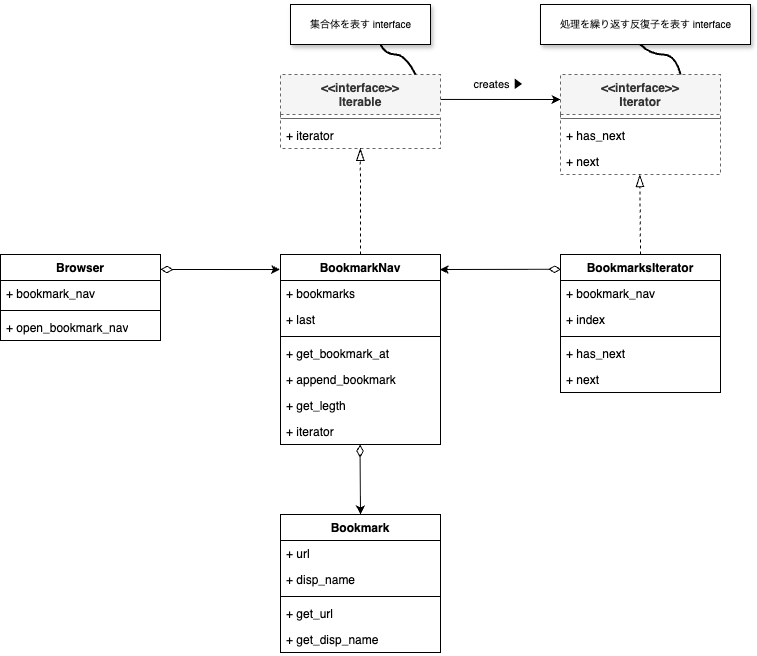
Above: uml/iterator.drawio.png in yamaga-shu/design-pattern-ruby (draw.io), before the change. Source tidied: cells renumbered, new cells last; positions are measured from the earlier drawing's top-left corner, leaving out a move shared by most shapes.
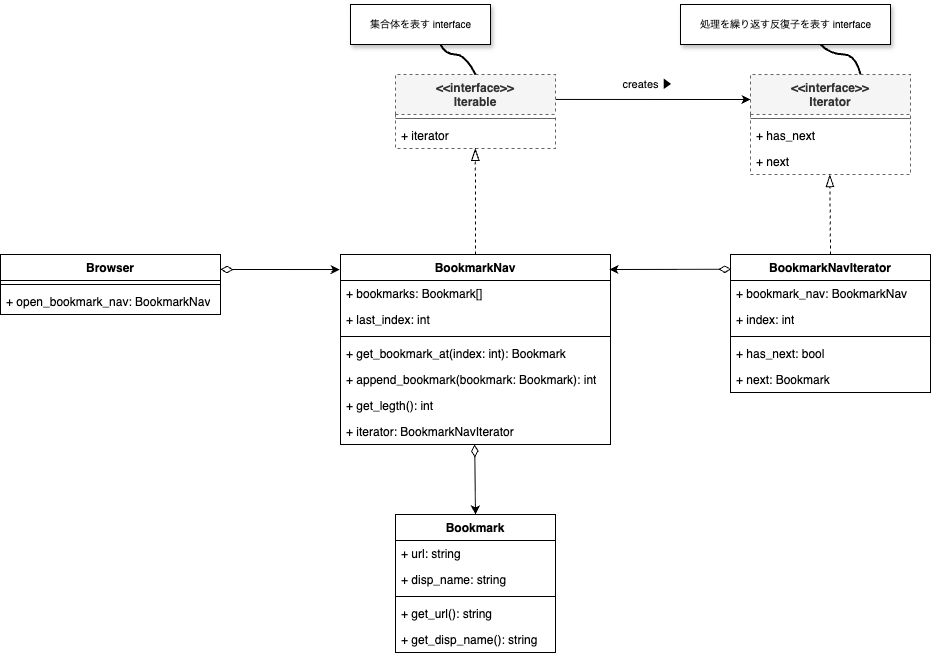
The same file after the commit.

Commit message:
Update bookmark_nav

Diff of the diagram source:
```diff
@@ -3,7 +3,7 @@
     <mxCell id="0" />
     <mxCell id="1" value="UML" parent="0" />
     <mxCell id="2" value="&amp;lt;&amp;lt;interface&amp;gt;&amp;gt;&lt;div&gt;Iterable&lt;/div&gt;" style="swimlane;fontStyle=1;align=center;verticalAlign=top;horizontal=1;startSize=40;whiteSpace=wrap;html=1;fillColor=#f5f5f5;fontColor=#333333;strokeColor=#666666;dashed=1;" parent="1" vertex="1">
-      <mxGeometry x="280" y="70" width="160" height="74" as="geometry" />
+      <mxGeometry x="335" y="70" width="160" height="74" as="geometry" />
     </mxCell>
     <mxCell id="3" style="line;strokeWidth=1;fillColor=none;align=left;verticalAlign=middle;spacingTop=-1;spacingLeft=3;spacingRight=3;labelPosition=right;strokeColor=inherit;" parent="2" vertex="1">
       <mxGeometry y="40" width="160" height="8" as="geometry" />
@@ -12,7 +12,7 @@
       <mxGeometry y="48" width="160" height="26" as="geometry" />
     </mxCell>
     <mxCell id="5" value="&amp;lt;&amp;lt;interface&amp;gt;&amp;gt;&lt;div&gt;Iterator&lt;/div&gt;" style="swimlane;fontStyle=1;align=center;verticalAlign=top;horizontal=1;startSize=40;whiteSpace=wrap;html=1;fillColor=#f5f5f5;fontColor=#333333;strokeColor=#666666;dashed=1;" parent="1" vertex="1">
-      <mxGeometry x="560" y="70" width="160" height="100" as="geometry" />
+      <mxGeometry x="690" y="70" width="160" height="100" as="geometry" />
     </mxCell>
     <mxCell id="6" style="line;strokeWidth=1;fillColor=none;align=left;verticalAlign=middle;spacingTop=-1;spacingLeft=3;spacingRight=3;labelPosition=right;strokeColor=inherit;" parent="5" vertex="1">
       <mxGeometry y="40" width="160" height="8" as="geometry" />
@@ -24,63 +24,63 @@
       <mxGeometry y="74" width="160" height="26" as="geometry" />
     </mxCell>
     <mxCell id="9" value="BookmarkNav" style="swimlane;fontStyle=1;align=center;verticalAlign=top;horizontal=1;startSize=26;whiteSpace=wrap;html=1;" parent="1" vertex="1">
-      <mxGeometry x="280" y="250" width="160" height="190" as="geometry" />
+      <mxGeometry x="280" y="250" width="270" height="190" as="geometry" />
     </mxCell>
-    <mxCell id="10" value="+ bookmarks" style="text;strokeColor=none;fillColor=none;align=left;verticalAlign=top;spacingLeft=4;spacingRight=4;overflow=hidden;whiteSpace=wrap;html=1;" parent="9" vertex="1">
-      <mxGeometry y="26" width="160" height="26" as="geometry" />
+    <mxCell id="10" value="+ bookmarks: Bookmark[]" style="text;strokeColor=none;fillColor=none;align=left;verticalAlign=top;spacingLeft=4;spacingRight=4;overflow=hidden;whiteSpace=wrap;html=1;" parent="9" vertex="1">
+      <mxGeometry y="26" width="270" height="26" as="geometry" />
     </mxCell>
-    <mxCell id="11" value="+ last" style="text;strokeColor=none;fillColor=none;align=left;verticalAlign=top;spacingLeft=4;spacingRight=4;overflow=hidden;whiteSpace=wrap;html=1;" parent="9" vertex="1">
-      <mxGeometry y="52" width="160" height="26" as="geometry" />
+    <mxCell id="11" value="+ last_index: int" style="text;strokeColor=none;fillColor=none;align=left;verticalAlign=top;spacingLeft=4;spacingRight=4;overflow=hidden;whiteSpace=wrap;html=1;" parent="9" vertex="1">
+      <mxGeometry y="52" width="270" height="26" as="geometry" />
     </mxCell>
     <mxCell id="12" style="line;strokeWidth=1;fillColor=none;align=left;verticalAlign=middle;spacingTop=-1;spacingLeft=3;spacingRight=3;labelPosition=right;strokeColor=inherit;" parent="9" vertex="1">
-      <mxGeometry y="78" width="160" height="8" as="geometry" />
+      <mxGeometry y="78" width="270" height="8" as="geometry" />
     </mxCell>
-    <mxCell id="13" value="+ get_bookmark_at" style="text;strokeColor=none;fillColor=none;align=left;verticalAlign=top;spacingLeft=4;spacingRight=4;overflow=hidden;whiteSpace=wrap;html=1;" parent="9" vertex="1">
-      <mxGeometry y="86" width="160" height="26" as="geometry" />
+    <mxCell id="13" value="+ get_bookmark_at(index: int): Bookmark" style="text;strokeColor=none;fillColor=none;align=left;verticalAlign=top;spacingLeft=4;spacingRight=4;overflow=hidden;whiteSpace=wrap;html=1;" parent="9" vertex="1">
+      <mxGeometry y="86" width="270" height="26" as="geometry" />
     </mxCell>
-    <mxCell id="14" value="+ append_bookmark" style="text;strokeColor=none;fillColor=none;align=left;verticalAlign=top;spacingLeft=4;spacingRight=4;overflow=hidden;whiteSpace=wrap;html=1;" parent="9" vertex="1">
-      <mxGeometry y="112" width="160" height="26" as="geometry" />
+    <mxCell id="14" value="+ append_bookmark(bookmark: Bookmark): int" style="text;strokeColor=none;fillColor=none;align=left;verticalAlign=top;spacingLeft=4;spacingRight=4;overflow=hidden;whiteSpace=wrap;html=1;" parent="9" vertex="1">
+      <mxGeometry y="112" width="270" height="26" as="geometry" />
     </mxCell>
-    <mxCell id="15" value="+ get_legth" style="text;strokeColor=none;fillColor=none;align=left;verticalAlign=top;spacingLeft=4;spacingRight=4;overflow=hidden;whiteSpace=wrap;html=1;" parent="9" vertex="1">
-      <mxGeometry y="138" width="160" height="26" as="geometry" />
+    <mxCell id="15" value="+ get_legth(): int" style="text;strokeColor=none;fillColor=none;align=left;verticalAlign=top;spacingLeft=4;spacingRight=4;overflow=hidden;whiteSpace=wrap;html=1;" parent="9" vertex="1">
+      <mxGeometry y="138" width="270" height="26" as="geometry" />
     </mxCell>
-    <mxCell id="16" value="+ iterator" style="text;strokeColor=none;fillColor=none;align=left;verticalAlign=top;spacingLeft=4;spacingRight=4;overflow=hidden;points=[[0,0.5],[1,0.5]];portConstraint=eastwest;whiteSpace=wrap;html=1;" parent="9" vertex="1">
-      <mxGeometry y="164" width="160" height="26" as="geometry" />
+    <mxCell id="16" value="+ iterator: BookmarkNavIterator" style="text;strokeColor=none;fillColor=none;align=left;verticalAlign=top;spacingLeft=4;spacingRight=4;overflow=hidden;points=[[0,0.5],[1,0.5]];portConstraint=eastwest;whiteSpace=wrap;html=1;" parent="9" vertex="1">
+      <mxGeometry y="164" width="270" height="26" as="geometry" />
     </mxCell>
-    <mxCell id="17" value="BookmarksIterator" style="swimlane;fontStyle=1;align=center;verticalAlign=top;horizontal=1;startSize=26;whiteSpace=wrap;html=1;" parent="1" vertex="1">
-      <mxGeometry x="560" y="250" width="160" height="138" as="geometry" />
+    <mxCell id="17" value="BookmarkNavIterator" style="swimlane;fontStyle=1;align=center;verticalAlign=top;horizontal=1;startSize=26;whiteSpace=wrap;html=1;" parent="1" vertex="1">
+      <mxGeometry x="670" y="250" width="200" height="138" as="geometry" />
     </mxCell>
-    <mxCell id="18" value="+ bookmark_nav" style="text;strokeColor=none;fillColor=none;align=left;verticalAlign=top;spacingLeft=4;spacingRight=4;overflow=hidden;whiteSpace=wrap;html=1;" parent="17" vertex="1">
-      <mxGeometry y="26" width="160" height="26" as="geometry" />
+    <mxCell id="18" value="+ bookmark_nav: BookmarkNav" style="text;strokeColor=none;fillColor=none;align=left;verticalAlign=top;spacingLeft=4;spacingRight=4;overflow=hidden;whiteSpace=wrap;html=1;" parent="17" vertex="1">
+      <mxGeometry y="26" width="200" height="26" as="geometry" />
     </mxCell>
-    <mxCell id="19" value="+ index" style="text;strokeColor=none;fillColor=none;align=left;verticalAlign=top;spacingLeft=4;spacingRight=4;overflow=hidden;whiteSpace=wrap;html=1;" parent="17" vertex="1">
-      <mxGeometry y="52" width="160" height="26" as="geometry" />
+    <mxCell id="19" value="+ index: int" style="text;strokeColor=none;fillColor=none;align=left;verticalAlign=top;spacingLeft=4;spacingRight=4;overflow=hidden;whiteSpace=wrap;html=1;" parent="17" vertex="1">
+      <mxGeometry y="52" width="200" height="26" as="geometry" />
     </mxCell>
     <mxCell id="20" style="line;strokeWidth=1;fillColor=none;align=left;verticalAlign=middle;spacingTop=-1;spacingLeft=3;spacingRight=3;labelPosition=right;strokeColor=inherit;" parent="17" vertex="1">
-      <mxGeometry y="78" width="160" height="8" as="geometry" />
+      <mxGeometry y="78" width="200" height="8" as="geometry" />
     </mxCell>
-    <mxCell id="21" value="+ has_next" style="text;strokeColor=none;fillColor=none;align=left;verticalAlign=top;spacingLeft=4;spacingRight=4;overflow=hidden;whiteSpace=wrap;html=1;" parent="17" vertex="1">
-      <mxGeometry y="86" width="160" height="26" as="geometry" />
+    <mxCell id="21" value="+ has_next: bool" style="text;strokeColor=none;fillColor=none;align=left;verticalAlign=top;spacingLeft=4;spacingRight=4;overflow=hidden;whiteSpace=wrap;html=1;" parent="17" vertex="1">
+      <mxGeometry y="86" width="200" height="26" as="geometry" />
     </mxCell>
-    <mxCell id="22" value="+ next" style="text;strokeColor=none;fillColor=none;align=left;verticalAlign=top;spacingLeft=4;spacingRight=4;overflow=hidden;whiteSpace=wrap;html=1;" parent="17" vertex="1">
-      <mxGeometry y="112" width="160" height="26" as="geometry" />
+    <mxCell id="22" value="+ next: Bookmark" style="text;strokeColor=none;fillColor=none;align=left;verticalAlign=top;spacingLeft=4;spacingRight=4;overflow=hidden;whiteSpace=wrap;html=1;" parent="17" vertex="1">
+      <mxGeometry y="112" width="200" height="26" as="geometry" />
     </mxCell>
     <mxCell id="23" value="Bookmark" style="swimlane;fontStyle=1;align=center;verticalAlign=top;horizontal=1;startSize=26;whiteSpace=wrap;html=1;" parent="1" vertex="1">
-      <mxGeometry x="280" y="510" width="160" height="138" as="geometry" />
+      <mxGeometry x="335" y="510" width="160" height="138" as="geometry" />
     </mxCell>
-    <mxCell id="24" value="+ url" style="text;strokeColor=none;fillColor=none;align=left;verticalAlign=top;spacingLeft=4;spacingRight=4;overflow=hidden;whiteSpace=wrap;html=1;" parent="23" vertex="1">
+    <mxCell id="24" value="+ url: string" style="text;strokeColor=none;fillColor=none;align=left;verticalAlign=top;spacingLeft=4;spacingRight=4;overflow=hidden;whiteSpace=wrap;html=1;" parent="23" vertex="1">
       <mxGeometry y="26" width="160" height="26" as="geometry" />
     </mxCell>
-    <mxCell id="25" value="+ disp_name" style="text;strokeColor=none;fillColor=none;align=left;verticalAlign=top;spacingLeft=4;spacingRight=4;overflow=hidden;whiteSpace=wrap;html=1;" parent="23" vertex="1">
+    <mxCell id="25" value="+ disp_name: string" style="text;strokeColor=none;fillColor=none;align=left;verticalAlign=top;spacingLeft=4;spacingRight=4;overflow=hidden;whiteSpace=wrap;html=1;" parent="23" vertex="1">
       <mxGeometry y="52" width="160" height="26" as="geometry" />
     </mxCell>
     <mxCell id="26" style="line;strokeWidth=1;fillColor=none;align=left;verticalAlign=middle;spacingTop=-1;spacingLeft=3;spacingRight=3;labelPosition=right;strokeColor=inherit;" parent="23" vertex="1">
       <mxGeometry y="78" width="160" height="8" as="geometry" />
     </mxCell>
-    <mxCell id="27" value="+ get_url" style="text;strokeColor=none;fillColor=none;align=left;verticalAlign=top;spacingLeft=4;spacingRight=4;overflow=hidden;whiteSpace=wrap;html=1;" parent="23" vertex="1">
+    <mxCell id="27" value="+ get_url(): string" style="text;strokeColor=none;fillColor=none;align=left;verticalAlign=top;spacingLeft=4;spacingRight=4;overflow=hidden;whiteSpace=wrap;html=1;" parent="23" vertex="1">
       <mxGeometry y="86" width="160" height="26" as="geometry" />
     </mxCell>
-    <mxCell id="28" value="+ get_disp_name" style="text;strokeColor=none;fillColor=none;align=left;verticalAlign=top;spacingLeft=4;spacingRight=4;overflow=hidden;whiteSpace=wrap;html=1;" parent="23" vertex="1">
+    <mxCell id="28" value="+ get_disp_name(): string" style="text;strokeColor=none;fillColor=none;align=left;verticalAlign=top;spacingLeft=4;spacingRight=4;overflow=hidden;whiteSpace=wrap;html=1;" parent="23" vertex="1">
       <mxGeometry y="112" width="160" height="26" as="geometry" />
     </mxCell>
     <mxCell id="29" style="endArrow=classic;html=1;exitX=1.002;exitY=0.337;exitDx=0;exitDy=0;entryX=0;entryY=0.25;entryDx=0;entryDy=0;exitPerimeter=0;" parent="1" edge="1" source="2" target="5">
@@ -109,16 +109,13 @@
       <mxGeometry relative="1" as="geometry" />
     </mxCell>
     <mxCell id="36" value="Browser" style="swimlane;fontStyle=1;align=center;verticalAlign=top;horizontal=1;startSize=26;whiteSpace=wrap;html=1;" parent="1" vertex="1">
-      <mxGeometry y="250" width="160" height="86" as="geometry" />
+      <mxGeometry x="-60" y="250" width="220" height="60" as="geometry" />
     </mxCell>
-    <mxCell id="37" value="+ bookmark_nav" style="text;strokeColor=none;fillColor=none;align=left;verticalAlign=top;spacingLeft=4;spacingRight=4;overflow=hidden;whiteSpace=wrap;html=1;" parent="36" vertex="1">
-      <mxGeometry y="26" width="160" height="26" as="geometry" />
-    </mxCell>
     <mxCell id="38" style="line;strokeWidth=1;fillColor=none;align=left;verticalAlign=middle;spacingTop=-1;spacingLeft=3;spacingRight=3;labelPosition=right;strokeColor=inherit;" parent="36" vertex="1">
-      <mxGeometry y="52" width="160" height="8" as="geometry" />
+      <mxGeometry y="26" width="220" height="8" as="geometry" />
     </mxCell>
-    <mxCell id="39" value="+ open_bookmark_nav" style="text;strokeColor=none;fillColor=none;align=left;verticalAlign=top;spacingLeft=4;spacingRight=4;overflow=hidden;whiteSpace=wrap;html=1;" parent="36" vertex="1">
-      <mxGeometry y="60" width="160" height="26" as="geometry" />
+    <mxCell id="39" value="+ open_bookmark_nav: BookmarkNav" style="text;strokeColor=none;fillColor=none;align=left;verticalAlign=top;spacingLeft=4;spacingRight=4;overflow=hidden;whiteSpace=wrap;html=1;" parent="36" vertex="1">
+      <mxGeometry y="34" width="220" height="26" as="geometry" />
     </mxCell>
     <mxCell id="40" value="Comment" parent="0" />
     <mxCell id="41" style="group;" parent="40" vertex="1">
@@ -141,7 +138,7 @@
       </mxGeometry>
     </mxCell>
     <mxCell id="45" style="group;" parent="40" vertex="1">
-      <mxGeometry x="540" width="210" height="40" as="geometry" />
+      <mxGeometry x="620" width="210" height="40" as="geometry" />
     </mxCell>
     <mxCell id="46" style="rounded=0;whiteSpace=wrap;html=1;shadow=1;" parent="45" vertex="1">
       <mxGeometry width="210" height="40" as="geometry" />
@@ -151,11 +148,11 @@
     </mxCell>
     <mxCell id="48" style="endArrow=none;html=1;entryX=0.595;entryY=1.004;entryDx=0;entryDy=0;rounded=0;curved=1;strokeWidth=2;entryPerimeter=0;" parent="40" edge="1">
       <mxGeometry relative="1" as="geometry">
-        <mxPoint x="680" y="70" as="sourcePoint" />
-        <mxPoint x="640" y="40.2" as="targetPoint" />
+        <mxPoint x="800" y="69.8" as="sourcePoint" />
+        <mxPoint x="760" y="40" as="targetPoint" />
         <Array as="points">
-          <mxPoint x="675" y="50" />
-          <mxPoint x="650" y="50" />
+          <mxPoint x="795" y="49.8" />
+          <mxPoint x="770" y="49.8" />
         </Array>
       </mxGeometry>
     </mxCell>
```
